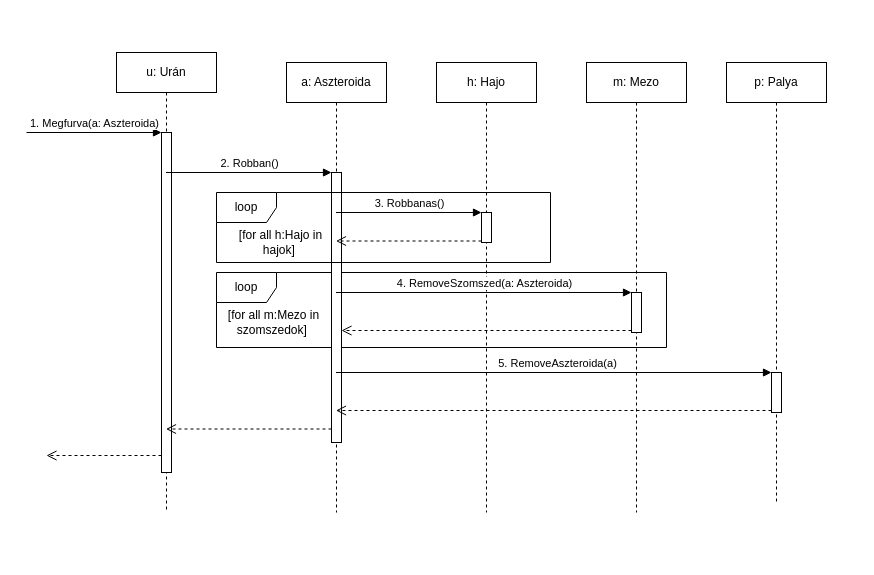
Before: page "Page-2" (2 of 2) of doc/uml/radioaktív_aszteroida_furas.drawio in torpeBoiGo/aszteroidabanyaszat, a draw.io diagram. Source tidied: cells renumbered, new cells numbered last; positions are measured from the earlier drawing's top-left corner, leaving out a move shared by most shapes. Both pictures are drawn from the tidied source at 100%, with x=0, y=0 at pixel (26, 52).
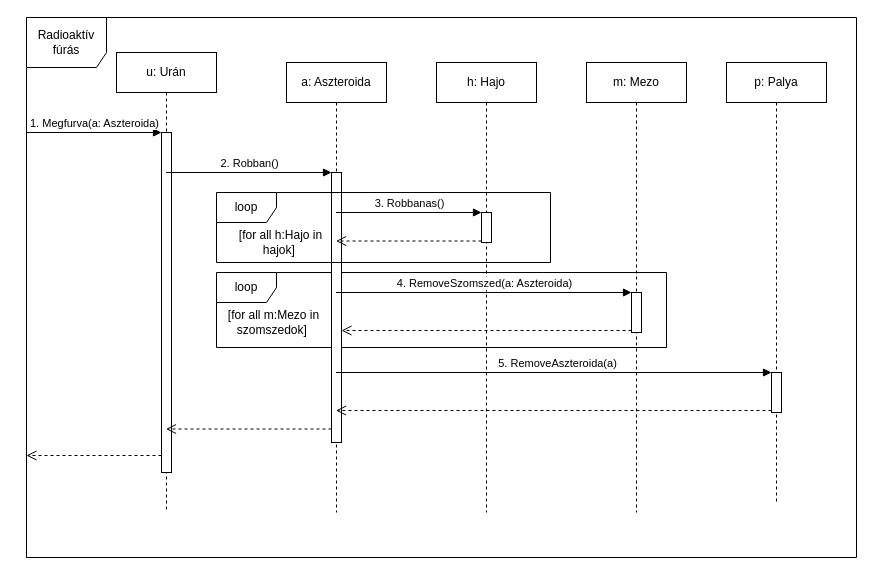
After the change.

The change refers to these unchanged cells:
```xml
<mxCell id="3" value="u: Urán" style="shape=umlLifeline;perimeter=lifelinePerimeter;whiteSpace=wrap;html=1;outlineConnect=0;" parent="1" vertex="1">
  <mxGeometry x="90" width="100" height="460" as="geometry" />
</mxCell>
<mxCell id="4" style="html=1;points=[];perimeter=orthogonalPerimeter;" parent="3" vertex="1">
  <mxGeometry x="45" y="80" width="10" height="340" as="geometry" />
</mxCell>
```

The edit, as a diff of the source:
```diff
@@
+    <mxCell id="26" value="Radioaktív&lt;br&gt;fúrás" style="shape=umlFrame;whiteSpace=wrap;html=1;width=80;height=50;" parent="1" vertex="1">
+      <mxGeometry y="-35" width="830" height="540" as="geometry" />
+    </mxCell>
@@
     <mxCell id="6" style="html=1;verticalAlign=bottom;endArrow=open;dashed=1;endSize=8;exitX=0;exitY=0.95;" parent="3" edge="1" source="4">
       <mxGeometry relative="1" as="geometry">
-        <mxPoint x="-70" y="403" as="targetPoint" />
+        <mxPoint x="-90" y="403" as="targetPoint" />
       </mxGeometry>
     </mxCell>
```
